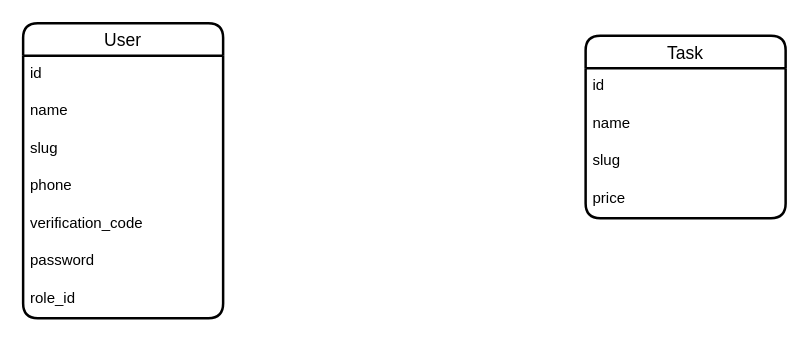
Above: karsoft-worker.drawio in iztileuoff/databases (draw.io), before the change. Source tidied: cells renumbered, new cells numbered last; positions are measured from the earlier drawing's top-left corner, leaving out a move shared by most shapes. Both pictures are drawn from the tidied source at 125%, with x=0, y=0 at pixel (22, 22).
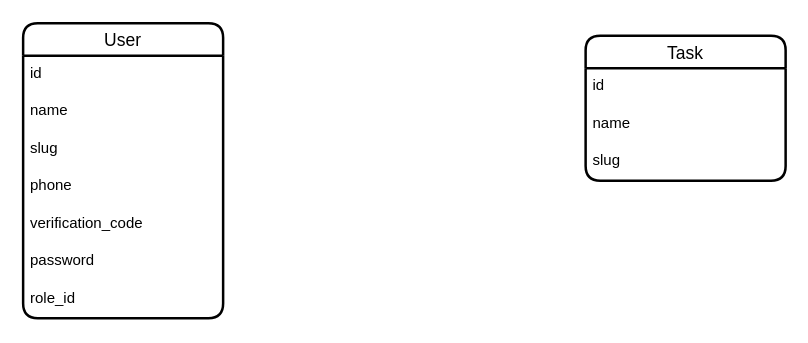
Above is the later version.

Diff of the diagram source:
```diff
@@
 <mxGraphModel>
   <root>
     <mxCell id="0" />
     <mxCell id="1" parent="0" />
     <mxCell id="2" value="User" style="swimlane;fontStyle=0;horizontal=1;startSize=26;align=center;fontSize=14;strokeWidth=2;rounded=1;shadow=0;glass=0;swimlaneLine=1;" parent="1" vertex="1">
       <mxGeometry width="160" height="236" as="geometry" />
     </mxCell>
     <mxCell id="3" value="id" style="text;strokeColor=none;fillColor=none;spacingLeft=4;spacingRight=4;overflow=hidden;fontSize=12;whiteSpace=wrap;html=1;" parent="2" vertex="1">
       <mxGeometry y="26" width="160" height="30" as="geometry" />
     </mxCell>
     <mxCell id="4" value="name" style="text;strokeColor=none;fillColor=none;spacingLeft=4;spacingRight=4;overflow=hidden;fontSize=12;whiteSpace=wrap;html=1;" parent="2" vertex="1">
       <mxGeometry y="56" width="160" height="30" as="geometry" />
     </mxCell>
     <mxCell id="5" value="slug" style="text;strokeColor=none;fillColor=none;spacingLeft=4;spacingRight=4;overflow=hidden;fontSize=12;whiteSpace=wrap;html=1;" parent="2" vertex="1">
       <mxGeometry y="86" width="160" height="30" as="geometry" />
     </mxCell>
     <mxCell id="6" value="phone" style="text;strokeColor=none;fillColor=none;spacingLeft=4;spacingRight=4;overflow=hidden;fontSize=12;whiteSpace=wrap;html=1;" parent="2" vertex="1">
       <mxGeometry y="116" width="160" height="30" as="geometry" />
     </mxCell>
     <mxCell id="7" value="verification_code" style="text;strokeColor=none;fillColor=none;spacingLeft=4;spacingRight=4;overflow=hidden;fontSize=12;whiteSpace=wrap;html=1;" parent="2" vertex="1">
       <mxGeometry y="146" width="160" height="30" as="geometry" />
     </mxCell>
     <mxCell id="8" value="password" style="text;strokeColor=none;fillColor=none;spacingLeft=4;spacingRight=4;overflow=hidden;fontSize=12;whiteSpace=wrap;html=1;" parent="2" vertex="1">
       <mxGeometry y="176" width="160" height="30" as="geometry" />
     </mxCell>
     <mxCell id="9" value="role_id" style="text;strokeColor=none;fillColor=none;spacingLeft=4;spacingRight=4;overflow=hidden;fontSize=12;whiteSpace=wrap;html=1;" parent="2" vertex="1">
       <mxGeometry y="206" width="160" height="30" as="geometry" />
     </mxCell>
     <mxCell id="10" value="Task" style="swimlane;fontStyle=0;horizontal=1;startSize=26;align=center;fontSize=14;strokeWidth=2;rounded=1;shadow=0;glass=0;swimlaneLine=1;" parent="1" vertex="1">
-      <mxGeometry x="450" y="10" width="160" height="146" as="geometry" />
+      <mxGeometry x="450" y="10" width="160" height="116" as="geometry" />
     </mxCell>
     <mxCell id="11" value="id" style="text;strokeColor=none;fillColor=none;spacingLeft=4;spacingRight=4;overflow=hidden;fontSize=12;whiteSpace=wrap;html=1;" parent="10" vertex="1">
       <mxGeometry y="26" width="160" height="30" as="geometry" />
     </mxCell>
     <mxCell id="12" value="name" style="text;strokeColor=none;fillColor=none;spacingLeft=4;spacingRight=4;overflow=hidden;fontSize=12;whiteSpace=wrap;html=1;" parent="10" vertex="1">
       <mxGeometry y="56" width="160" height="30" as="geometry" />
     </mxCell>
     <mxCell id="13" value="slug" style="text;strokeColor=none;fillColor=none;spacingLeft=4;spacingRight=4;overflow=hidden;fontSize=12;whiteSpace=wrap;html=1;" parent="10" vertex="1">
       <mxGeometry y="86" width="160" height="30" as="geometry" />
     </mxCell>
-    <mxCell id="14" value="price" style="text;strokeColor=none;fillColor=none;spacingLeft=4;spacingRight=4;overflow=hidden;fontSize=12;whiteSpace=wrap;html=1;" parent="10" vertex="1">
-      <mxGeometry y="116" width="160" height="30" as="geometry" />
-    </mxCell>
   </root>
 </mxGraphModel>
```
